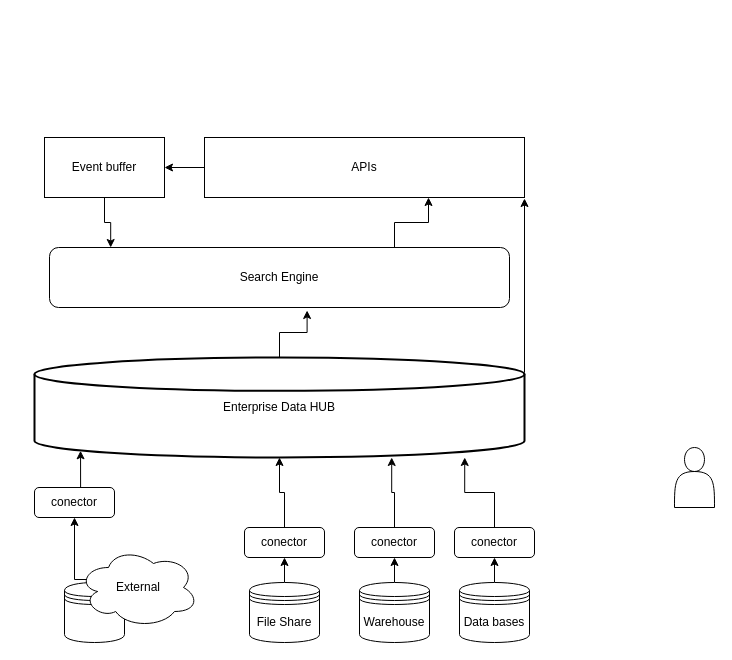
Before: img/Untitled Diagram.drawio in eiAlex/eialex.github.io, a draw.io diagram. Source tidied: cells renumbered, new cells numbered last; positions are measured from the earlier drawing's top-left corner, leaving out a move shared by most shapes. Both pictures are drawn from the tidied source at 100%, with x=0, y=0 at pixel (34, 137).
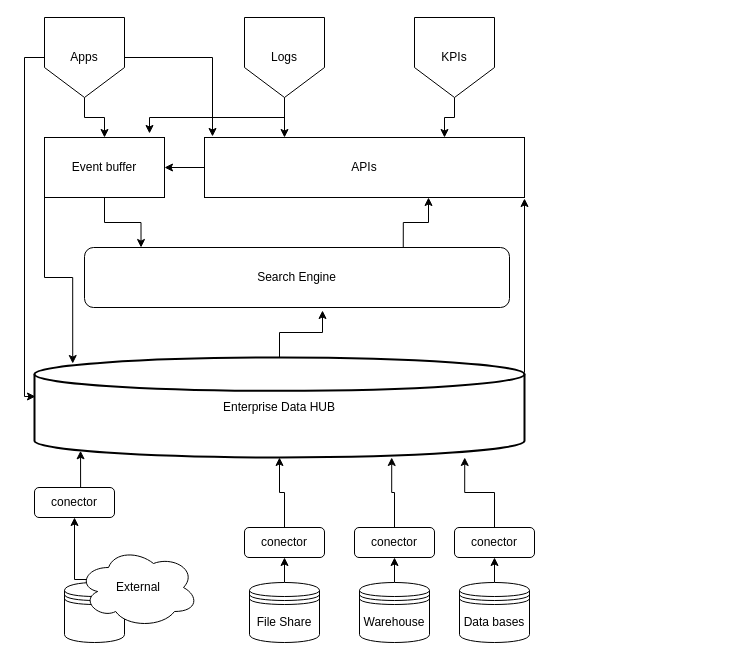
After the change.

Commit message:
Data Hub Diagram.drawio

The change refers to these unchanged cells:
```xml
<mxCell id="3" value="Enterprise Data HUB" style="strokeWidth=2;html=1;shape=mxgraph.flowchart.database;whiteSpace=wrap;align=center;" parent="1" vertex="1">
  <mxGeometry y="220" width="490" height="100" as="geometry" />
</mxCell>
<mxCell id="27" value="APIs" style="rounded=0;whiteSpace=wrap;html=1;" parent="1" vertex="1">
  <mxGeometry x="170" width="320" height="60" as="geometry" />
</mxCell>
<mxCell id="29" value="Event buffer" style="rounded=0;whiteSpace=wrap;html=1;" parent="1" vertex="1">
  <mxGeometry x="10" width="120" height="60" as="geometry" />
</mxCell>
```

Change to the diagram source:
```diff
@@
-    <mxCell id="6" style="shape=actor;whiteSpace=wrap;html=1;" parent="1" vertex="1">
-      <mxGeometry x="640" y="310" width="40" height="60" as="geometry" />
-    </mxCell>
@@
+    <mxCell id="31" style="edgeStyle=orthogonalEdgeStyle;rounded=0;jettySize=auto;html=1;exitX=0;exitY=1;exitDx=0;exitDy=0;entryX=0.078;entryY=0.06;entryDx=0;entryDy=0;entryPerimeter=0;" parent="1" edge="1" source="29" target="3">
+      <mxGeometry relative="1" as="geometry" />
+    </mxCell>
     <mxCell id="25" value="Search Engine" style="rounded=1;whiteSpace=wrap;html=1;" parent="1" vertex="1">
-      <mxGeometry x="15" y="110" width="460" height="60" as="geometry" />
+      <mxGeometry x="50" y="110" width="425" height="60" as="geometry" />
     </mxCell>
@@
+    <mxCell id="32" style="edgeStyle=orthogonalEdgeStyle;rounded=0;jettySize=auto;html=1;exitX=0.5;exitY=1;exitDx=0;exitDy=0;entryX=0.25;entryY=0;entryDx=0;entryDy=0;" parent="1" edge="1" source="34" target="27">
+      <mxGeometry relative="1" as="geometry" />
+    </mxCell>
+    <mxCell id="33" style="edgeStyle=orthogonalEdgeStyle;rounded=0;jettySize=auto;html=1;exitX=0.5;exitY=1;exitDx=0;exitDy=0;entryX=0.875;entryY=-0.067;entryDx=0;entryDy=0;entryPerimeter=0;" parent="1" edge="1" source="34" target="29">
+      <mxGeometry relative="1" as="geometry" />
+    </mxCell>
+    <mxCell id="34" value="Logs" style="shape=offPageConnector;whiteSpace=wrap;html=1;" parent="1" vertex="1">
+      <mxGeometry x="210" y="-120" width="80" height="80" as="geometry" />
+    </mxCell>
+    <mxCell id="35" style="edgeStyle=orthogonalEdgeStyle;rounded=0;jettySize=auto;html=1;entryX=0.025;entryY=-0.017;entryDx=0;entryDy=0;entryPerimeter=0;" parent="1" edge="1" source="38" target="27">
+      <mxGeometry relative="1" as="geometry" />
+    </mxCell>
+    <mxCell id="36" style="edgeStyle=orthogonalEdgeStyle;rounded=0;jettySize=auto;html=1;exitX=0.5;exitY=1;exitDx=0;exitDy=0;" parent="1" edge="1" source="38" target="29">
+      <mxGeometry relative="1" as="geometry" />
+    </mxCell>
+    <mxCell id="37" style="edgeStyle=orthogonalEdgeStyle;rounded=0;jettySize=auto;html=1;exitX=0;exitY=0.5;exitDx=0;exitDy=0;entryX=0.002;entryY=0.39;entryDx=0;entryDy=0;entryPerimeter=0;" parent="1" edge="1" source="38" target="3">
+      <mxGeometry relative="1" as="geometry" />
+    </mxCell>
+    <mxCell id="38" value="Apps" style="shape=offPageConnector;whiteSpace=wrap;html=1;" parent="1" vertex="1">
+      <mxGeometry x="10" y="-120" width="80" height="80" as="geometry" />
+    </mxCell>
+    <mxCell id="39" style="edgeStyle=orthogonalEdgeStyle;rounded=0;jettySize=auto;html=1;exitX=0.5;exitY=1;exitDx=0;exitDy=0;entryX=0.75;entryY=0;entryDx=0;entryDy=0;" parent="1" edge="1" source="40" target="27">
+      <mxGeometry relative="1" as="geometry" />
+    </mxCell>
+    <mxCell id="40" value="KPIs" style="shape=offPageConnector;whiteSpace=wrap;html=1;" parent="1" vertex="1">
+      <mxGeometry x="380" y="-120" width="80" height="80" as="geometry" />
+    </mxCell>
+    <mxCell id="41" style="edgeStyle=orthogonalEdgeStyle;rounded=0;orthogonalLoop=1;jettySize=auto;html=1;exitX=0.5;exitY=1;exitDx=0;exitDy=0;" parent="1" edge="1" source="38" target="38">
+      <mxGeometry relative="1" as="geometry" />
+    </mxCell>
```
